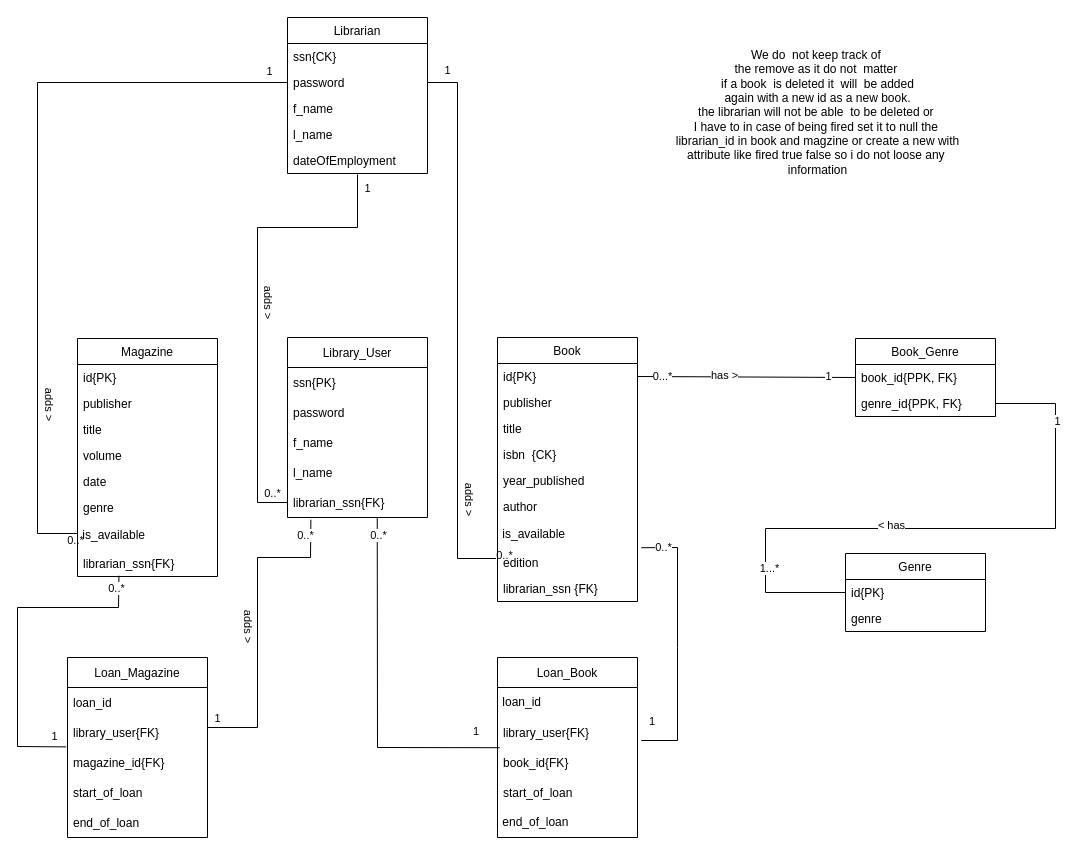
This is Database/globalRelSprint_4.drawio from RafaelSanchezCordoba/Semester-Project-Library, a draw.io file, before an edit. Source tidied: cells renumbered, new cells numbered last; positions are measured from the earlier drawing's top-left corner, leaving out a move shared by most shapes. Both pictures are drawn from the tidied source at 100%, with x=0, y=0 at pixel (17, 17).
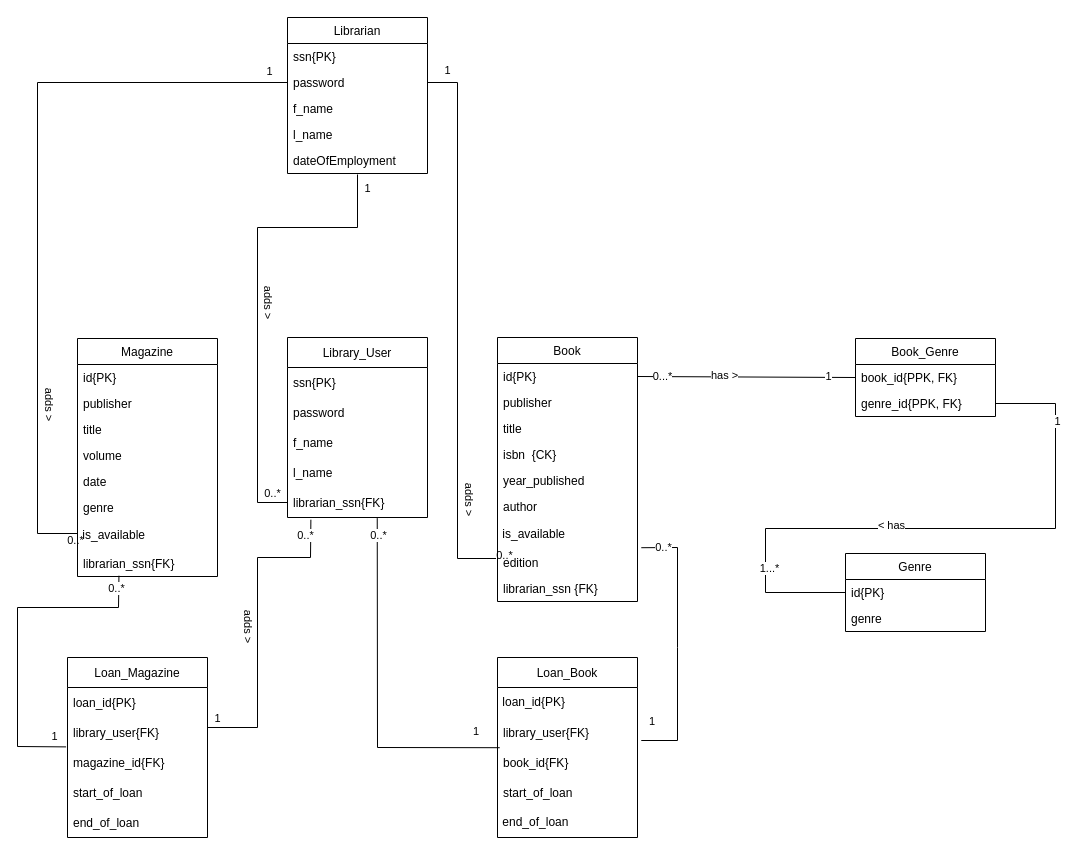
After the change.

Unchanged cells that the change refers to:
```xml
<mxCell id="2" value="Librarian" style="swimlane;fontStyle=0;horizontal=1;startSize=26;fillColor=none;" parent="1" vertex="1">
  <mxGeometry x="270" width="140" height="156" as="geometry" />
</mxCell>
<mxCell id="60" value="Loan_Book" style="swimlane;fontStyle=0;horizontal=1;startSize=30;" parent="1" vertex="1">
  <mxGeometry x="480" y="640" width="140" height="180" as="geometry" />
</mxCell>
<mxCell id="66" value="Loan_Magazine" style="swimlane;fontStyle=0;horizontal=1;startSize=30;" parent="1" vertex="1">
  <mxGeometry x="50" y="640" width="140" height="180" as="geometry" />
</mxCell>
```

Change to the diagram source:
```diff
@@
-    <mxCell id="3" value="ssn{CK}" style="text;strokeColor=none;fillColor=none;align=left;verticalAlign=top;spacingLeft=4;spacingRight=4;overflow=hidden;" parent="2" vertex="1">
+    <mxCell id="3" value="ssn{PK}" style="text;strokeColor=none;fillColor=none;align=left;verticalAlign=top;spacingLeft=4;spacingRight=4;overflow=hidden;" parent="2" vertex="1">
       <mxGeometry y="26" width="140" height="26" as="geometry" />
     </mxCell>
@@
-    <mxCell id="38" value="We do&amp;nbsp; not keep track of&amp;nbsp;&lt;br&gt;the remove as it do not&amp;nbsp; matter&amp;nbsp;&lt;br&gt;if a book&amp;nbsp; is deleted it&amp;nbsp; will&amp;nbsp; be added&lt;br&gt;again with a new id as a new book.&lt;br&gt;the librarian will not be able&amp;nbsp; to be deleted or&amp;nbsp;&lt;br&gt;I have to in case of being fired set it to null the&amp;nbsp;&lt;br&gt;librarian_id in book and magzine or create a new with&lt;br&gt;attribute like fired true false so i do not loose any&amp;nbsp;&lt;br&gt;information" style="text;html=1;align=center;verticalAlign=middle;strokeColor=none;fillColor=none;" parent="1" vertex="1">
-      <mxGeometry x="650" y="30" width="300" height="130" as="geometry" />
-    </mxCell>
@@
-    <mxCell id="61" value="&amp;nbsp;loan_id" style="text;html=1;strokeColor=none;fillColor=none;align=left;verticalAlign=middle;whiteSpace=wrap;rounded=0;" parent="60" vertex="1">
+    <mxCell id="61" value="&amp;nbsp;loan_id{PK}" style="text;html=1;strokeColor=none;fillColor=none;align=left;verticalAlign=middle;whiteSpace=wrap;rounded=0;" parent="60" vertex="1">
       <mxGeometry y="30" width="140" height="30" as="geometry" />
     </mxCell>
@@
-    <mxCell id="67" value="loan_id" style="text;strokeColor=none;fillColor=none;align=left;verticalAlign=middle;spacingLeft=4;spacingRight=4;overflow=hidden;" parent="66" vertex="1">
+    <mxCell id="67" value="loan_id{PK}" style="text;strokeColor=none;fillColor=none;align=left;verticalAlign=middle;spacingLeft=4;spacingRight=4;overflow=hidden;" parent="66" vertex="1">
       <mxGeometry y="30" width="140" height="30" as="geometry" />
     </mxCell>
```
